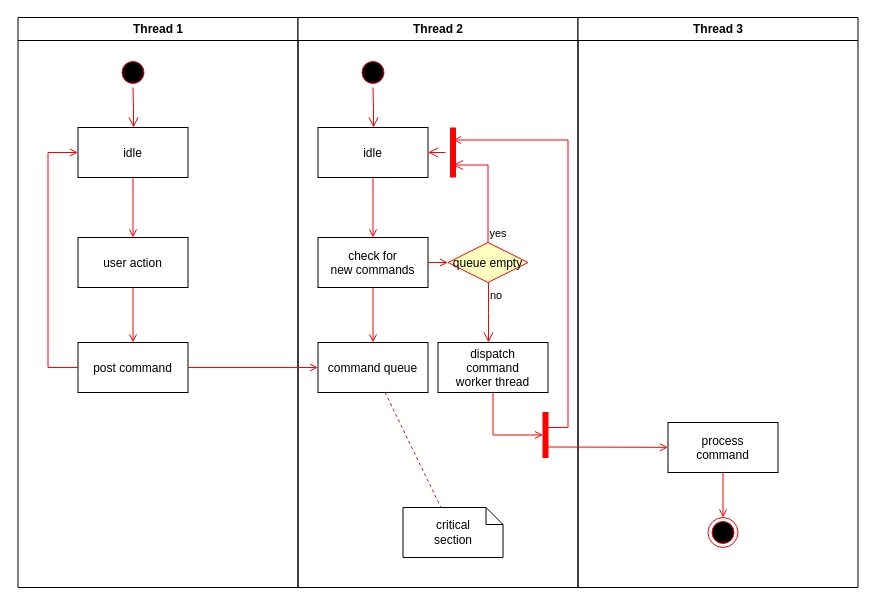
Earlier version of the draw.io diagram ActivityDiagram v1.drawio (Yash7200/CP-1). Source tidied: cells renumbered, new cells numbered last; positions are measured from the earlier drawing's top-left corner, leaving out a move shared by most shapes. Both pictures are drawn from the tidied source at 100%, with x=0, y=0 at pixel (17, 17).
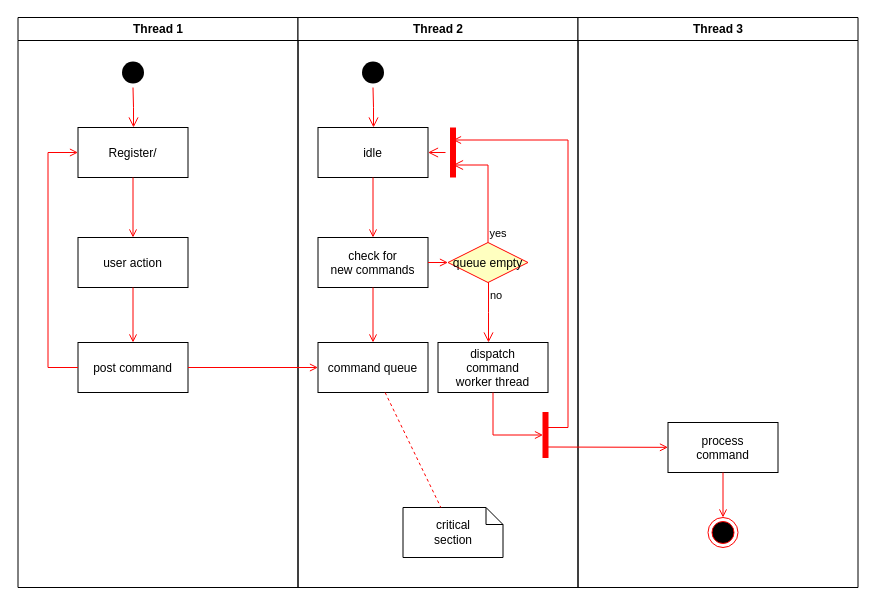
Above is the later version.

Unchanged cells that the change refers to:
```xml
<mxCell id="11" value="Thread 2" style="swimlane;whiteSpace=wrap;" parent="1" vertex="1">
  <mxGeometry x="280.5" width="280" height="570" as="geometry" />
</mxCell>
```

The edit, as a diff of the source:
```diff
@@
-    <mxCell id="2" value="Thread 1" style="swimlane;whiteSpace=wrap;" parent="1" vertex="1">
+    <mxCell id="2" value="Thread 1" style="swimlane;whiteSpace=wrap;swimlaneLine=1;" parent="1" vertex="1">
       <mxGeometry x="0.5" width="280" height="570" as="geometry" />
     </mxCell>
-    <mxCell id="3" style="ellipse;shape=startState;fillColor=#000000;strokeColor=#ff0000;" parent="2" vertex="1">
+    <mxCell id="3" style="ellipse;shape=startState;fillColor=#000000;strokeColor=none;" parent="2" vertex="1">
       <mxGeometry x="100" y="40" width="30" height="30" as="geometry" />
     </mxCell>
@@
-    <mxCell id="5" value="idle" parent="2" vertex="1">
+    <mxCell id="5" value="Register/" parent="2" vertex="1">
       <mxGeometry x="60" y="110" width="110" height="50" as="geometry" />
     </mxCell>
@@
-    <mxCell id="12" style="ellipse;shape=startState;fillColor=#000000;strokeColor=#ff0000;" parent="11" vertex="1">
+    <mxCell id="12" style="ellipse;shape=startState;fillColor=#000000;strokeColor=none;" parent="11" vertex="1">
       <mxGeometry x="60" y="40" width="30" height="30" as="geometry" />
     </mxCell>
```
